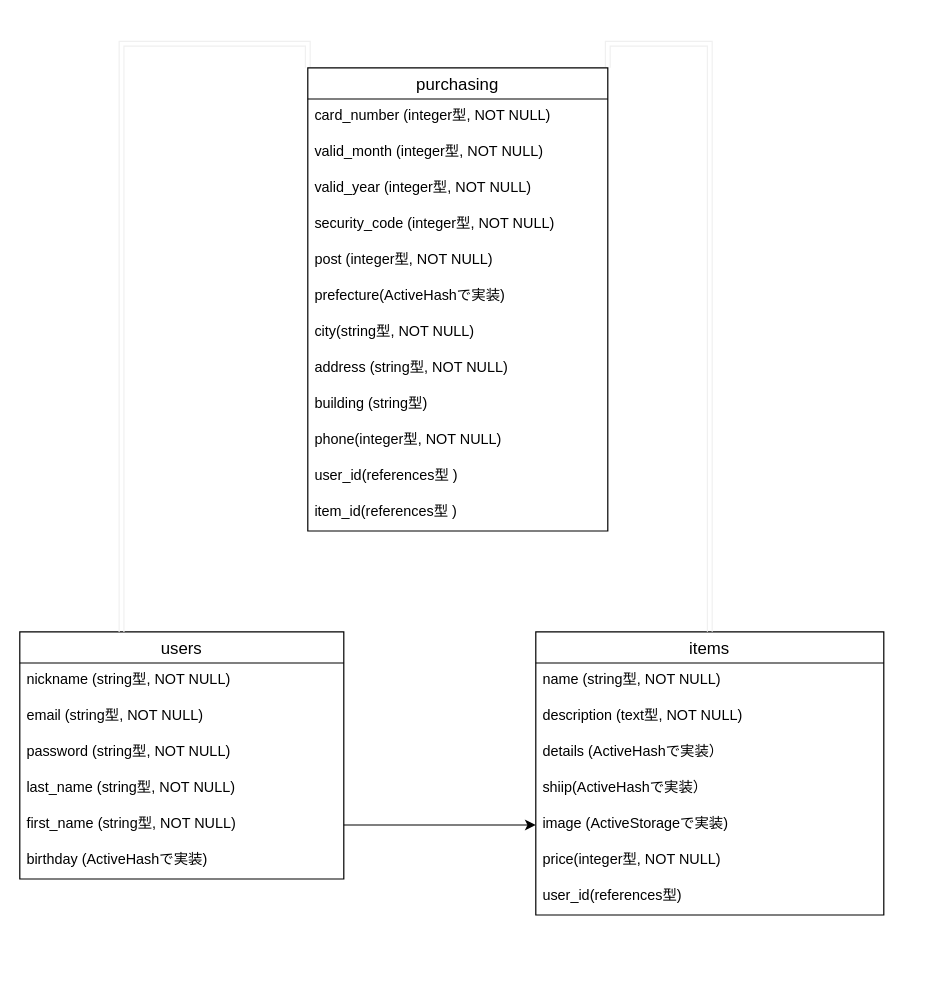
Before: furima.dio in yuki-b4/furima-32983, a draw.io diagram. Source tidied: cells renumbered, new cells numbered last; positions are measured from the earlier drawing's top-left corner, leaving out a move shared by most shapes. Both pictures are drawn from the tidied source at 120%, with x=0, y=0 at pixel (19, 67).
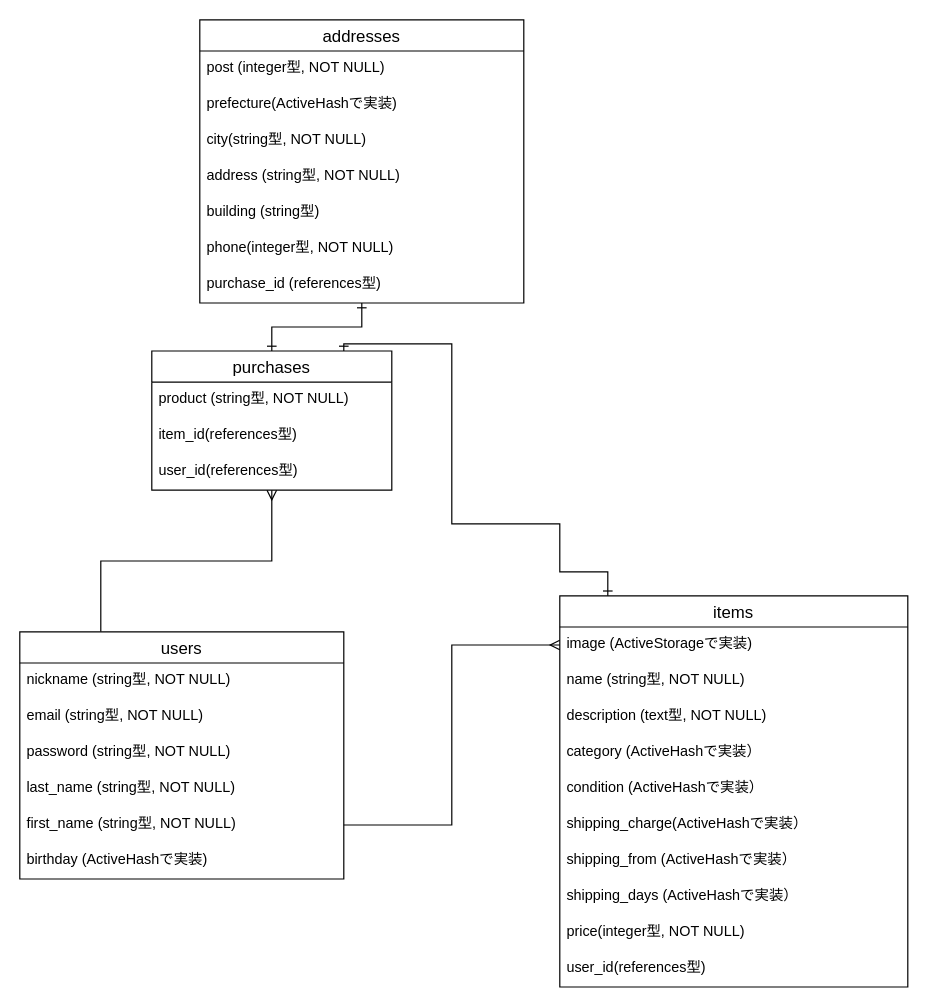
After the change.

Commit message (it also covers changes not shown here):
READMEとER図の修正(1)

Unchanged cells that the change refers to:
```xml
<mxCell id="2" value="users" style="swimlane;fontStyle=0;horizontal=1;startSize=26;align=center;fontSize=14;" parent="1" vertex="1">
  <mxGeometry y="470" width="270" height="206" as="geometry" />
</mxCell>
<mxCell id="7" value="first_name (string型, NOT NULL)&#10;" style="text;strokeColor=none;fillColor=none;spacingLeft=4;spacingRight=4;overflow=hidden;points=[[0,0.5],[1,0.5]];portConstraint=eastwest;fontSize=12;" parent="2" vertex="1">
  <mxGeometry y="146" width="270" height="30" as="geometry" />
</mxCell>
```

Diff of the diagram source:
```diff
@@
+    <mxCell id="33" style="edgeStyle=orthogonalEdgeStyle;rounded=0;jettySize=auto;html=1;exitX=0.25;exitY=0;exitDx=0;exitDy=0;startArrow=none;startFill=0;endArrow=ERmany;endFill=0;" parent="1" edge="1" source="2" target="40">
+      <mxGeometry relative="1" as="geometry" />
+    </mxCell>
@@
-    <mxCell id="9" style="edgeStyle=orthogonalEdgeStyle;rounded=0;jettySize=auto;html=1;entryX=0;entryY=0.5;entryDx=0;entryDy=0;" parent="1" edge="1" source="7" target="15">
+    <mxCell id="9" style="edgeStyle=orthogonalEdgeStyle;rounded=0;jettySize=auto;html=1;entryX=0;entryY=0.5;entryDx=0;entryDy=0;endArrow=ERmany;endFill=0;" parent="1" edge="1" source="7" target="15">
       <mxGeometry relative="1" as="geometry" />
     </mxCell>
     <mxCell id="10" value="items" style="swimlane;fontStyle=0;horizontal=1;startSize=26;align=center;fontSize=14;" parent="1" vertex="1">
-      <mxGeometry x="430" y="470" width="290" height="236" as="geometry" />
+      <mxGeometry x="450" y="440" width="290" height="326" as="geometry" />
     </mxCell>
+    <mxCell id="15" value="image (ActiveStorageで実装)" style="text;strokeColor=none;fillColor=none;spacingLeft=4;spacingRight=4;overflow=hidden;points=[[0,0.5],[1,0.5]];portConstraint=eastwest;fontSize=12;" parent="10" vertex="1">
+      <mxGeometry y="26" width="290" height="30" as="geometry" />
+    </mxCell>
     <mxCell id="11" value="name (string型, NOT NULL)" style="text;strokeColor=none;fillColor=none;spacingLeft=4;spacingRight=4;overflow=hidden;fontSize=12;" parent="10" vertex="1">
-      <mxGeometry y="26" width="290" height="30" as="geometry" />
+      <mxGeometry y="56" width="290" height="30" as="geometry" />
     </mxCell>
     <mxCell id="12" value="description (text型, NOT NULL)&#10;" style="text;strokeColor=none;fillColor=none;spacingLeft=4;spacingRight=4;overflow=hidden;fontSize=12;" parent="10" vertex="1">
-      <mxGeometry y="56" width="290" height="30" as="geometry" />
+      <mxGeometry y="86" width="290" height="30" as="geometry" />
     </mxCell>
-    <mxCell id="13" value="details (ActiveHashで実装）" style="text;strokeColor=none;fillColor=none;spacingLeft=4;spacingRight=4;overflow=hidden;fontSize=12;" parent="10" vertex="1">
-      <mxGeometry y="86" width="290" height="30" as="geometry" />
+    <mxCell id="13" value="category (ActiveHashで実装）" style="text;strokeColor=none;fillColor=none;spacingLeft=4;spacingRight=4;overflow=hidden;fontSize=12;" parent="10" vertex="1">
+      <mxGeometry y="116" width="290" height="30" as="geometry" />
     </mxCell>
+    <mxCell id="34" value="condition (ActiveHashで実装）" style="text;strokeColor=none;fillColor=none;spacingLeft=4;spacingRight=4;overflow=hidden;fontSize=12;" parent="10" vertex="1">
+      <mxGeometry y="146" width="290" height="30" as="geometry" />
+    </mxCell>
-    <mxCell id="14" value="shiip(ActiveHashで実装）" style="text;strokeColor=none;fillColor=none;spacingLeft=4;spacingRight=4;overflow=hidden;fontSize=12;" parent="10" vertex="1">
-      <mxGeometry y="116" width="290" height="30" as="geometry" />
+    <mxCell id="14" value="shipping_charge(ActiveHashで実装）&#10;" style="text;strokeColor=none;fillColor=none;spacingLeft=4;spacingRight=4;overflow=hidden;fontSize=12;" parent="10" vertex="1">
+      <mxGeometry y="176" width="290" height="30" as="geometry" />
     </mxCell>
-    <mxCell id="15" value="image (ActiveStorageで実装)" style="text;strokeColor=none;fillColor=none;spacingLeft=4;spacingRight=4;overflow=hidden;points=[[0,0.5],[1,0.5]];portConstraint=eastwest;fontSize=12;" parent="10" vertex="1">
-      <mxGeometry y="146" width="290" height="30" as="geometry" />
-    </mxCell>
+    <mxCell id="35" value="shipping_from (ActiveHashで実装）" style="text;strokeColor=none;fillColor=none;spacingLeft=4;spacingRight=4;overflow=hidden;fontSize=12;" parent="10" vertex="1">
+      <mxGeometry y="206" width="290" height="30" as="geometry" />
+    </mxCell>
+    <mxCell id="36" value="shipping_days (ActiveHashで実装）" style="text;strokeColor=none;fillColor=none;spacingLeft=4;spacingRight=4;overflow=hidden;fontSize=12;" parent="10" vertex="1">
+      <mxGeometry y="236" width="290" height="30" as="geometry" />
+    </mxCell>
     <mxCell id="16" value="price(integer型, NOT NULL)" style="text;strokeColor=none;fillColor=none;spacingLeft=4;spacingRight=4;overflow=hidden;fontSize=12;" parent="10" vertex="1">
-      <mxGeometry y="176" width="290" height="30" as="geometry" />
+      <mxGeometry y="266" width="290" height="30" as="geometry" />
     </mxCell>
     <mxCell id="17" value="user_id(references型)" style="text;strokeColor=none;fillColor=none;spacingLeft=4;spacingRight=4;overflow=hidden;fontSize=12;" parent="10" vertex="1">
-      <mxGeometry y="206" width="290" height="30" as="geometry" />
+      <mxGeometry y="296" width="290" height="30" as="geometry" />
     </mxCell>
-    <mxCell id="18" style="shape=link;rounded=0;jettySize=auto;html=1;exitX=1;exitY=0;exitDx=0;exitDy=0;strokeColor=#f0f0f0;edgeStyle=orthogonalEdgeStyle;" parent="1" edge="1" source="20" target="10">
-      <mxGeometry relative="1" as="geometry" />
-    </mxCell>
-    <mxCell id="19" style="edgeStyle=orthogonalEdgeStyle;shape=link;rounded=0;jettySize=auto;html=1;exitX=0;exitY=0;exitDx=0;exitDy=0;entryX=0.314;entryY=0.001;entryDx=0;entryDy=0;entryPerimeter=0;strokeColor=#f0f0f0;" parent="1" edge="1" source="20" target="2">
-      <mxGeometry relative="1" as="geometry" />
-    </mxCell>
-    <mxCell id="20" value="purchasing" style="swimlane;fontStyle=0;horizontal=1;startSize=26;align=center;fontSize=14;" parent="1" vertex="1">
-      <mxGeometry x="240" width="250" height="386" as="geometry" />
-    </mxCell>
-    <mxCell id="21" value="card_number (integer型, NOT NULL)" style="text;strokeColor=none;fillColor=none;spacingLeft=4;spacingRight=4;overflow=hidden;fontSize=12;" parent="20" vertex="1">
-      <mxGeometry y="26" width="250" height="30" as="geometry" />
-    </mxCell>
-    <mxCell id="22" value="valid_month (integer型, NOT NULL)" style="text;strokeColor=none;fillColor=none;spacingLeft=4;spacingRight=4;overflow=hidden;fontSize=12;" parent="20" vertex="1">
-      <mxGeometry y="56" width="250" height="30" as="geometry" />
-    </mxCell>
-    <mxCell id="23" value="valid_year (integer型, NOT NULL)" style="text;strokeColor=none;fillColor=none;spacingLeft=4;spacingRight=4;overflow=hidden;fontSize=12;" parent="20" vertex="1">
-      <mxGeometry y="86" width="250" height="30" as="geometry" />
-    </mxCell>
-    <mxCell id="24" value="security_code (integer型, NOT NULL)" style="text;strokeColor=none;fillColor=none;spacingLeft=4;spacingRight=4;overflow=hidden;fontSize=12;" parent="20" vertex="1">
-      <mxGeometry y="116" width="250" height="30" as="geometry" />
-    </mxCell>
+    <mxCell id="37" style="edgeStyle=orthogonalEdgeStyle;rounded=0;jettySize=auto;html=1;startArrow=ERone;startFill=0;endArrow=ERone;endFill=0;" parent="1" edge="1" source="38" target="40">
+      <mxGeometry relative="1" as="geometry" />
+    </mxCell>
+    <mxCell id="38" value="addresses" style="swimlane;fontStyle=0;horizontal=1;startSize=26;align=center;fontSize=14;" parent="1" vertex="1">
+      <mxGeometry x="150" y="-40" width="270" height="236" as="geometry" />
+    </mxCell>
-    <mxCell id="25" value="post (integer型, NOT NULL)" style="text;strokeColor=none;fillColor=none;spacingLeft=4;spacingRight=4;overflow=hidden;fontSize=12;" parent="20" vertex="1">
-      <mxGeometry y="146" width="250" height="30" as="geometry" />
+    <mxCell id="25" value="post (integer型, NOT NULL)" style="text;strokeColor=none;fillColor=none;spacingLeft=4;spacingRight=4;overflow=hidden;fontSize=12;" parent="38" vertex="1">
+      <mxGeometry y="26" width="270" height="30" as="geometry" />
     </mxCell>
-    <mxCell id="26" value="prefecture(ActiveHashで実装)" style="text;strokeColor=none;fillColor=none;spacingLeft=4;spacingRight=4;overflow=hidden;fontSize=12;" parent="20" vertex="1">
-      <mxGeometry y="176" width="250" height="30" as="geometry" />
+    <mxCell id="26" value="prefecture(ActiveHashで実装)" style="text;strokeColor=none;fillColor=none;spacingLeft=4;spacingRight=4;overflow=hidden;fontSize=12;" parent="38" vertex="1">
+      <mxGeometry y="56" width="270" height="30" as="geometry" />
     </mxCell>
-    <mxCell id="27" value="city(string型, NOT NULL)" style="text;strokeColor=none;fillColor=none;spacingLeft=4;spacingRight=4;overflow=hidden;fontSize=12;" parent="20" vertex="1">
-      <mxGeometry y="206" width="250" height="30" as="geometry" />
+    <mxCell id="27" value="city(string型, NOT NULL)" style="text;strokeColor=none;fillColor=none;spacingLeft=4;spacingRight=4;overflow=hidden;fontSize=12;" parent="38" vertex="1">
+      <mxGeometry y="86" width="270" height="30" as="geometry" />
     </mxCell>
-    <mxCell id="28" value="address (string型, NOT NULL)" style="text;strokeColor=none;fillColor=none;spacingLeft=4;spacingRight=4;overflow=hidden;fontSize=12;" parent="20" vertex="1">
-      <mxGeometry y="236" width="250" height="30" as="geometry" />
+    <mxCell id="28" value="address (string型, NOT NULL)" style="text;strokeColor=none;fillColor=none;spacingLeft=4;spacingRight=4;overflow=hidden;fontSize=12;" parent="38" vertex="1">
+      <mxGeometry y="116" width="270" height="30" as="geometry" />
     </mxCell>
-    <mxCell id="29" value="building (string型)" style="text;strokeColor=none;fillColor=none;spacingLeft=4;spacingRight=4;overflow=hidden;fontSize=12;" parent="20" vertex="1">
-      <mxGeometry y="266" width="250" height="30" as="geometry" />
+    <mxCell id="29" value="building (string型)" style="text;strokeColor=none;fillColor=none;spacingLeft=4;spacingRight=4;overflow=hidden;fontSize=12;" parent="38" vertex="1">
+      <mxGeometry y="146" width="270" height="30" as="geometry" />
     </mxCell>
-    <mxCell id="30" value="phone(integer型, NOT NULL)" style="text;strokeColor=none;fillColor=none;spacingLeft=4;spacingRight=4;overflow=hidden;fontSize=12;" parent="20" vertex="1">
-      <mxGeometry y="296" width="250" height="30" as="geometry" />
+    <mxCell id="30" value="phone(integer型, NOT NULL)" style="text;strokeColor=none;fillColor=none;spacingLeft=4;spacingRight=4;overflow=hidden;fontSize=12;" parent="38" vertex="1">
+      <mxGeometry y="176" width="270" height="30" as="geometry" />
     </mxCell>
-    <mxCell id="31" value="user_id(references型 )" style="text;strokeColor=none;fillColor=none;spacingLeft=4;spacingRight=4;overflow=hidden;fontSize=12;" parent="20" vertex="1">
-      <mxGeometry y="326" width="250" height="30" as="geometry" />
-    </mxCell>
-    <mxCell id="32" value="item_id(references型 )" style="text;strokeColor=none;fillColor=none;spacingLeft=4;spacingRight=4;overflow=hidden;fontSize=12;" parent="20" vertex="1">
-      <mxGeometry y="356" width="250" height="30" as="geometry" />
-    </mxCell>
+    <mxCell id="39" value="purchase_id (references型)" style="text;strokeColor=none;fillColor=none;spacingLeft=4;spacingRight=4;overflow=hidden;fontSize=12;" parent="38" vertex="1">
+      <mxGeometry y="206" width="270" height="30" as="geometry" />
+    </mxCell>
+    <mxCell id="40" value="purchases" style="swimlane;fontStyle=0;horizontal=1;startSize=26;align=center;fontSize=14;" parent="1" vertex="1">
+      <mxGeometry x="110" y="236" width="200" height="116" as="geometry" />
+    </mxCell>
+    <mxCell id="41" value="product (string型, NOT NULL)" style="text;strokeColor=none;fillColor=none;spacingLeft=4;spacingRight=4;overflow=hidden;fontSize=12;" parent="40" vertex="1">
+      <mxGeometry y="26" width="200" height="30" as="geometry" />
+    </mxCell>
+    <mxCell id="42" value="item_id(references型)" style="text;strokeColor=none;fillColor=none;spacingLeft=4;spacingRight=4;overflow=hidden;fontSize=12;" parent="40" vertex="1">
+      <mxGeometry y="56" width="200" height="30" as="geometry" />
+    </mxCell>
+    <mxCell id="43" value="user_id(references型)" style="text;strokeColor=none;fillColor=none;spacingLeft=4;spacingRight=4;overflow=hidden;fontSize=12;" parent="40" vertex="1">
+      <mxGeometry y="86" width="200" height="30" as="geometry" />
+    </mxCell>
+    <mxCell id="44" style="edgeStyle=orthogonalEdgeStyle;rounded=0;jettySize=auto;html=1;startArrow=ERone;startFill=0;endArrow=ERone;endFill=0;" parent="1" edge="1" source="10">
+      <mxGeometry relative="1" as="geometry">
+        <mxPoint x="270" y="236" as="targetPoint" />
+        <Array as="points">
+          <mxPoint x="490" y="420" />
+          <mxPoint x="450" y="420" />
+          <mxPoint x="450" y="380" />
+          <mxPoint x="360" y="380" />
+          <mxPoint x="360" y="230" />
+          <mxPoint x="270" y="230" />
+        </Array>
+      </mxGeometry>
+    </mxCell>
```
